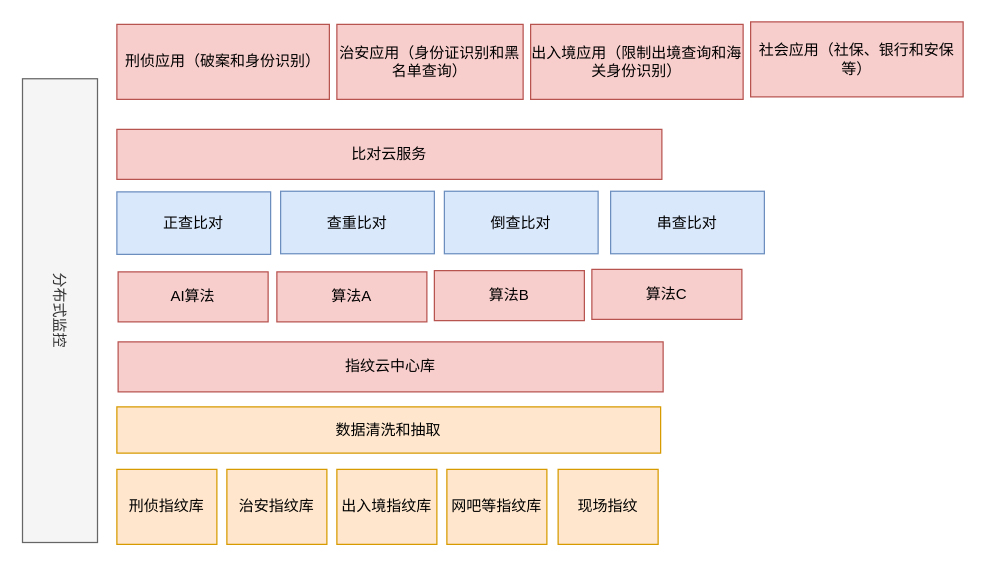
Before: page "Page-1" (1 of 2) of 业务模型.drawio in gray2blue/Sudoku, a draw.io diagram. Source tidied: cells renumbered, new cells numbered last; positions are measured from the earlier drawing's top-left corner, leaving out a move shared by most shapes. Both pictures are drawn from the tidied source at 125%, with x=0, y=0 at pixel (-172, 21).
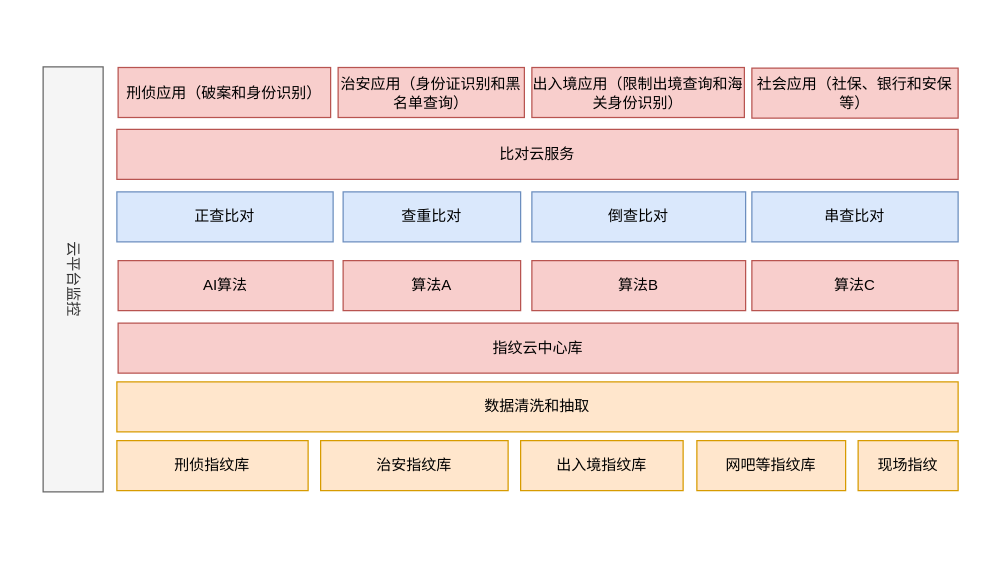
Above is the later version.

What changed in the source:
```diff
@@
     <mxCell id="2" value="刑侦应用（破案和身份识别）&lt;br&gt;" style="rounded=0;whiteSpace=wrap;html=1;fillColor=#f8cecc;strokeColor=#b85450;" parent="1" vertex="1">
-      <mxGeometry x="231" y="2" width="170" height="60" as="geometry" />
+      <mxGeometry x="232" y="36.5" width="170" height="40" as="geometry" />
     </mxCell>
     <mxCell id="3" value="AI算法" style="rounded=0;whiteSpace=wrap;html=1;fillColor=#f8cecc;strokeColor=#b85450;" parent="1" vertex="1">
-      <mxGeometry x="232" y="200" width="120" height="40" as="geometry" />
+      <mxGeometry x="232" y="191" width="172" height="40" as="geometry" />
     </mxCell>
     <mxCell id="4" value="指纹云中心库" style="rounded=0;whiteSpace=wrap;html=1;fillColor=#f8cecc;strokeColor=#b85450;" parent="1" vertex="1">
-      <mxGeometry x="232" y="256" width="436" height="40" as="geometry" />
+      <mxGeometry x="232" y="241" width="672" height="40" as="geometry" />
     </mxCell>
     <mxCell id="5" value="正查比对" style="rounded=0;whiteSpace=wrap;html=1;fillColor=#dae8fc;strokeColor=#6c8ebf;" parent="1" vertex="1">
-      <mxGeometry x="231" y="136" width="123" height="50" as="geometry" />
+      <mxGeometry x="231" y="136" width="173" height="40" as="geometry" />
     </mxCell>
     <mxCell id="6" value="治安应用（身份证识别和黑名单查询）" style="rounded=0;whiteSpace=wrap;html=1;fillColor=#f8cecc;strokeColor=#b85450;" parent="1" vertex="1">
-      <mxGeometry x="407" y="2" width="149" height="60" as="geometry" />
+      <mxGeometry x="408" y="36.5" width="149" height="40" as="geometry" />
     </mxCell>
-    <mxCell id="7" value="分布式监控" style="rounded=0;whiteSpace=wrap;html=1;rotation=90;fillColor=#f5f5f5;strokeColor=#666666;fontColor=#333333;" parent="1" vertex="1">
-      <mxGeometry y="201" width="371" height="60" as="geometry" />
+    <mxCell id="7" value="云平台监控&lt;br&gt;" style="rounded=0;whiteSpace=wrap;html=1;rotation=90;fillColor=#f5f5f5;strokeColor=#666666;fontColor=#333333;" parent="1" vertex="1">
+      <mxGeometry x="26" y="182" width="340" height="48" as="geometry" />
     </mxCell>
     <mxCell id="8" value="数据清洗和抽取" style="rounded=0;whiteSpace=wrap;html=1;fillColor=#ffe6cc;strokeColor=#d79b00;" parent="1" vertex="1">
-      <mxGeometry x="231" y="308" width="435" height="37" as="geometry" />
+      <mxGeometry x="231" y="288" width="673" height="40" as="geometry" />
     </mxCell>
     <mxCell id="9" value="算法A" style="rounded=0;whiteSpace=wrap;html=1;fillColor=#f8cecc;strokeColor=#b85450;" parent="1" vertex="1">
-      <mxGeometry x="359" y="200" width="120" height="40" as="geometry" />
+      <mxGeometry x="412" y="191" width="142" height="40" as="geometry" />
     </mxCell>
     <mxCell id="10" value="算法B" style="rounded=0;whiteSpace=wrap;html=1;fillColor=#f8cecc;strokeColor=#b85450;" parent="1" vertex="1">
-      <mxGeometry x="485" y="199" width="120" height="40" as="geometry" />
+      <mxGeometry x="563" y="191" width="171" height="40" as="geometry" />
     </mxCell>
     <mxCell id="11" value="出入境应用（限制出境查询和海关身份识别）" style="rounded=0;whiteSpace=wrap;html=1;fillColor=#f8cecc;strokeColor=#b85450;" parent="1" vertex="1">
-      <mxGeometry x="562" y="2" width="170" height="60" as="geometry" />
+      <mxGeometry x="563" y="36.5" width="170" height="40" as="geometry" />
     </mxCell>
     <mxCell id="12" value="刑侦指纹库" style="rounded=0;whiteSpace=wrap;html=1;fillColor=#ffe6cc;strokeColor=#d79b00;" parent="1" vertex="1">
-      <mxGeometry x="231" y="358" width="80" height="60" as="geometry" />
+      <mxGeometry x="231" y="335" width="153" height="40" as="geometry" />
     </mxCell>
     <mxCell id="13" value="治安指纹库" style="rounded=0;whiteSpace=wrap;html=1;fillColor=#ffe6cc;strokeColor=#d79b00;" parent="1" vertex="1">
-      <mxGeometry x="319" y="358" width="80" height="60" as="geometry" />
+      <mxGeometry x="394" y="335" width="150" height="40" as="geometry" />
     </mxCell>
     <mxCell id="14" value="出入境指纹库" style="rounded=0;whiteSpace=wrap;html=1;fillColor=#ffe6cc;strokeColor=#d79b00;" parent="1" vertex="1">
-      <mxGeometry x="407" y="358" width="80" height="60" as="geometry" />
+      <mxGeometry x="554" y="335" width="130" height="40" as="geometry" />
     </mxCell>
     <mxCell id="15" value="网吧等指纹库" style="rounded=0;whiteSpace=wrap;html=1;fillColor=#ffe6cc;strokeColor=#d79b00;" parent="1" vertex="1">
-      <mxGeometry x="495" y="358" width="80" height="60" as="geometry" />
+      <mxGeometry x="695" y="335" width="119" height="40" as="geometry" />
     </mxCell>
     <mxCell id="16" value="算法C" style="rounded=0;whiteSpace=wrap;html=1;fillColor=#f8cecc;strokeColor=#b85450;" parent="1" vertex="1">
-      <mxGeometry x="611" y="198" width="120" height="40" as="geometry" />
+      <mxGeometry x="739" y="191" width="165" height="40" as="geometry" />
     </mxCell>
     <mxCell id="17" value="现场指纹" style="rounded=0;whiteSpace=wrap;html=1;fillColor=#ffe6cc;strokeColor=#d79b00;" parent="1" vertex="1">
-      <mxGeometry x="584" y="358" width="80" height="60" as="geometry" />
+      <mxGeometry x="824" y="335" width="80" height="40" as="geometry" />
     </mxCell>
     <mxCell id="18" value="查重比对" style="rounded=0;whiteSpace=wrap;html=1;fillColor=#dae8fc;strokeColor=#6c8ebf;" parent="1" vertex="1">
-      <mxGeometry x="362" y="135.5" width="123" height="50" as="geometry" />
+      <mxGeometry x="412" y="136" width="142" height="40" as="geometry" />
     </mxCell>
     <mxCell id="19" value="倒查比对" style="rounded=0;whiteSpace=wrap;html=1;fillColor=#dae8fc;strokeColor=#6c8ebf;" parent="1" vertex="1">
-      <mxGeometry x="493" y="135.5" width="123" height="50" as="geometry" />
+      <mxGeometry x="563" y="136" width="171" height="40" as="geometry" />
     </mxCell>
     <mxCell id="20" value="串查比对" style="rounded=0;whiteSpace=wrap;html=1;fillColor=#dae8fc;strokeColor=#6c8ebf;" parent="1" vertex="1">
-      <mxGeometry x="626" y="135.5" width="123" height="50" as="geometry" />
+      <mxGeometry x="739" y="136" width="165" height="40" as="geometry" />
     </mxCell>
     <mxCell id="21" value="比对云服务" style="rounded=0;whiteSpace=wrap;html=1;fillColor=#f8cecc;strokeColor=#b85450;" parent="1" vertex="1">
-      <mxGeometry x="231" y="86" width="436" height="40" as="geometry" />
+      <mxGeometry x="231" y="86" width="673" height="40" as="geometry" />
     </mxCell>
     <mxCell id="22" value="社会应用（社保、银行和安保等）" style="rounded=0;whiteSpace=wrap;html=1;fillColor=#f8cecc;strokeColor=#b85450;" parent="1" vertex="1">
-      <mxGeometry x="738" width="170" height="60" as="geometry" />
+      <mxGeometry x="739" y="37" width="165" height="40" as="geometry" />
     </mxCell>
```
